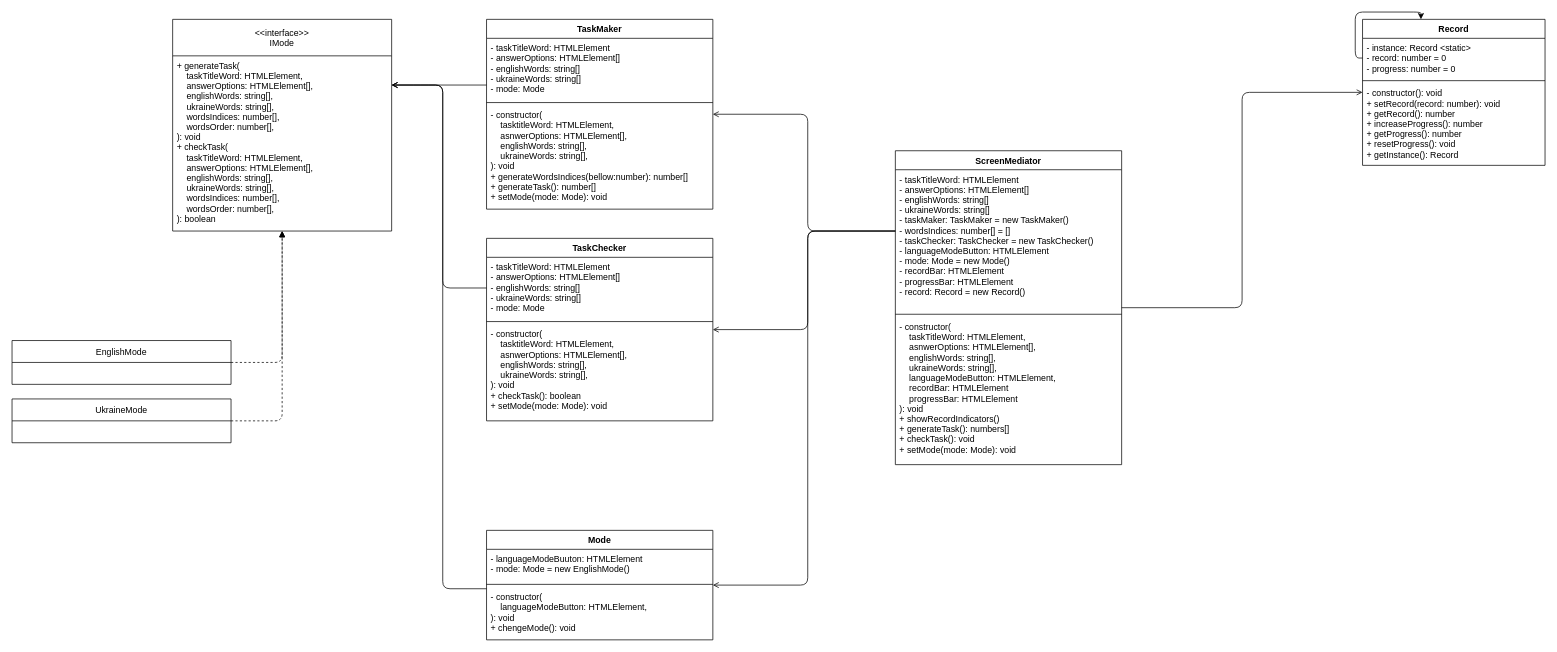
Before: diagrams/classes-diagram.dio in Dmytriy-OL/DesignPaternsLab6, a draw.io diagram. Source tidied: cells renumbered, new cells numbered last; positions are measured from the earlier drawing's top-left corner, leaving out a move shared by most shapes. Both pictures are drawn from the tidied source at 73%, with x=0, y=0 at pixel (12, 12).
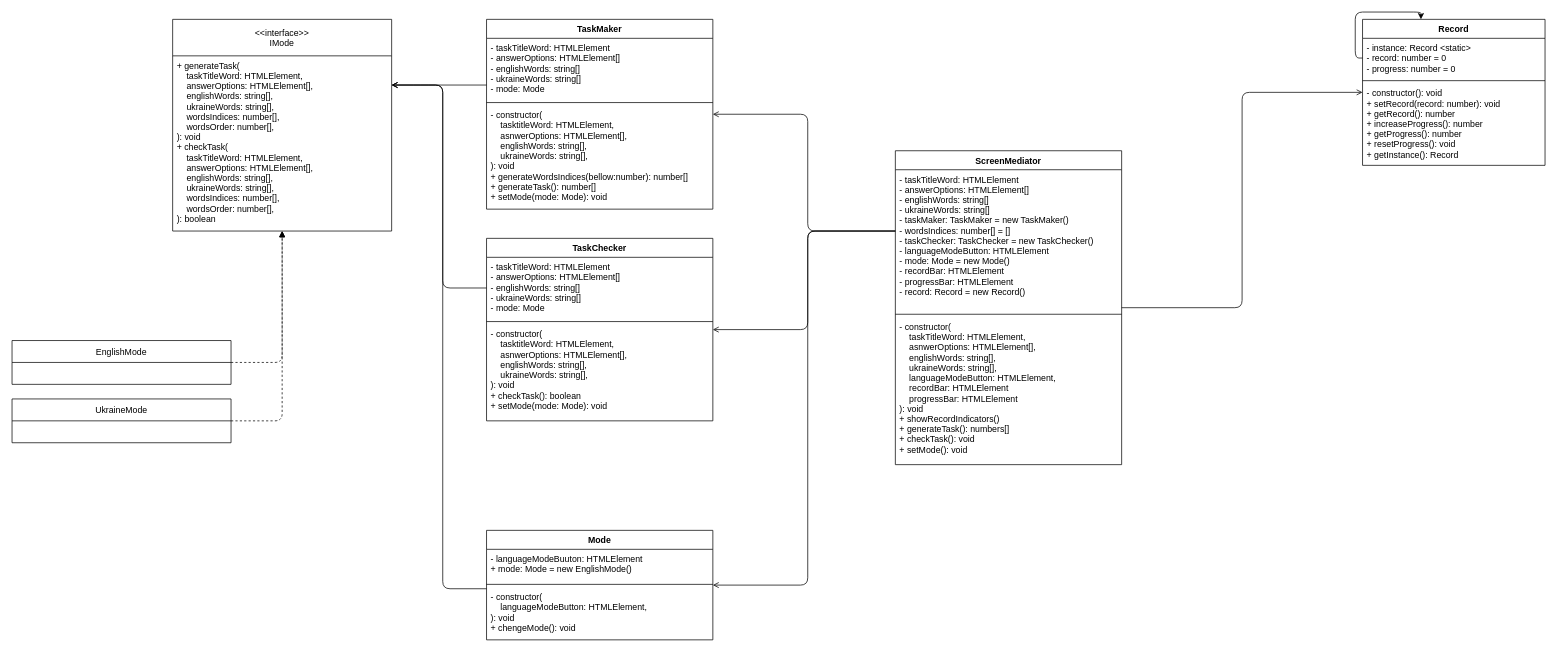
The same diagram, later.

Commit message (it also covers changes not shown here):
add: toggle language mode logic

Unchanged cells that the change refers to:
```xml
<mxCell id="26" value="ScreenMediator" style="swimlane;fontStyle=1;align=center;verticalAlign=top;horizontal=1;startSize=26;" parent="1" vertex="1">
  <mxGeometry x="1210" y="190" width="310" height="430" as="geometry" />
</mxCell>
<mxCell id="32" value="Mode" style="swimlane;fontStyle=1;align=center;verticalAlign=top;horizontal=1;startSize=26;" parent="1" vertex="1">
  <mxGeometry x="650" y="710" width="310" height="150" as="geometry" />
</mxCell>
```

What changed in the source:
```diff
@@
-    <mxCell id="29" value="- constructor(&#10;    taskTitleWord: HTMLElement,&#10;    asnwerOptions: HTMLElement[],&#10;    englishWords: string[],&#10;    ukraineWords: string[],&#10;    languageModeButton: HTMLElement,&#10;    recordBar: HTMLElement&#10;    progressBar: HTMLElement&#10;): void&#10;+ showRecordIndicators()&#10;+ generateTask(): numbers[]&#10;+ checkTask(): void&#10;+ setMode(mode: Mode): void" style="text;strokeColor=none;fillColor=none;align=left;verticalAlign=top;spacingLeft=4;spacingRight=4;overflow=hidden;" parent="26" vertex="1">
+    <mxCell id="29" value="- constructor(&#10;    taskTitleWord: HTMLElement,&#10;    asnwerOptions: HTMLElement[],&#10;    englishWords: string[],&#10;    ukraineWords: string[],&#10;    languageModeButton: HTMLElement,&#10;    recordBar: HTMLElement&#10;    progressBar: HTMLElement&#10;): void&#10;+ showRecordIndicators()&#10;+ generateTask(): numbers[]&#10;+ checkTask(): void&#10;+ setMode(): void" style="text;strokeColor=none;fillColor=none;align=left;verticalAlign=top;spacingLeft=4;spacingRight=4;overflow=hidden;" parent="26" vertex="1">
       <mxGeometry y="228" width="310" height="202" as="geometry" />
     </mxCell>
@@
-    <mxCell id="33" value="- languageModeBuuton: HTMLElement&#10;- mode: Mode = new EnglishMode()" style="text;strokeColor=none;fillColor=none;align=left;verticalAlign=top;spacingLeft=4;spacingRight=4;overflow=hidden;" parent="32" vertex="1">
+    <mxCell id="33" value="- languageModeBuuton: HTMLElement&#10;+ mode: Mode = new EnglishMode()" style="text;strokeColor=none;fillColor=none;align=left;verticalAlign=top;spacingLeft=4;spacingRight=4;overflow=hidden;" parent="32" vertex="1">
       <mxGeometry y="26" width="310" height="44" as="geometry" />
     </mxCell>
```
